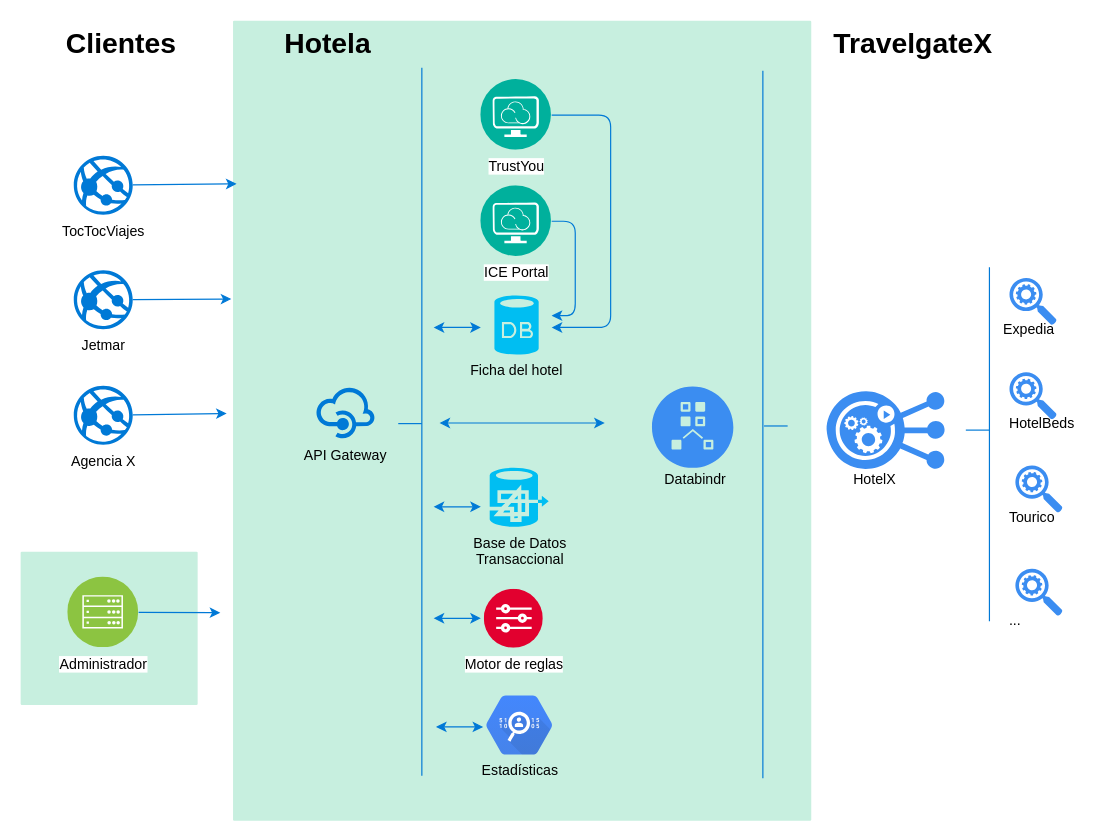
This is page "Page-1" (1 of 3) of Untitled Diagram.drawio from nan3co/crypto-twitter-bot, a draw.io file, before an edit. Source tidied: cells renumbered, new cells numbered last; positions are measured from the earlier drawing's top-left corner, leaving out a move shared by most shapes. Both pictures are drawn from the tidied source at 118%, with x=0, y=0 at pixel (20, 20).
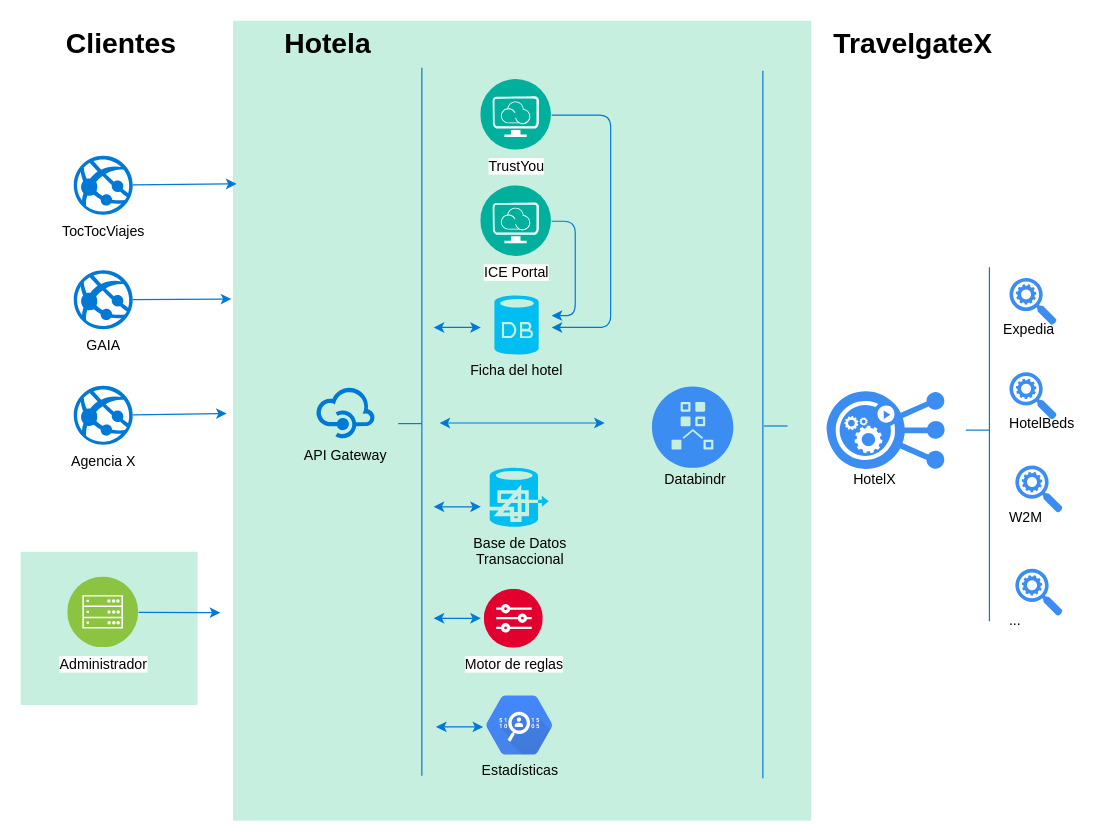
The same page after the edit.

The edit, as a diff of the source:
```diff
@@
-    <mxCell id="11" value="Jetmar&lt;br&gt;" style="shadow=0;dashed=0;html=1;strokeColor=none;fillColor=#0079D6;labelPosition=center;verticalLabelPosition=bottom;verticalAlign=top;align=center;shape=mxgraph.azure.azure_website;" parent="1" vertex="1">
+    <mxCell id="11" value="GAIA&lt;br&gt;" style="shadow=0;dashed=0;html=1;strokeColor=none;fillColor=#0079D6;labelPosition=center;verticalLabelPosition=bottom;verticalAlign=top;align=center;shape=mxgraph.azure.azure_website;" parent="1" vertex="1">
       <mxGeometry x="45" y="211.5" width="50" height="50" as="geometry" />
     </mxCell>
@@
-    <mxCell id="36" value="Tourico" style="text;html=1;align=left;verticalAlign=top;spacingTop=-4;" parent="1" vertex="1">
-      <mxGeometry x="836" y="411" width="50" height="20" as="geometry" />
+    <mxCell id="36" value="W2M" style="text;html=1;align=left;verticalAlign=top;spacingTop=-4;" parent="1" vertex="1">
+      <mxGeometry x="836" y="411" width="40" height="20" as="geometry" />
     </mxCell>
```
